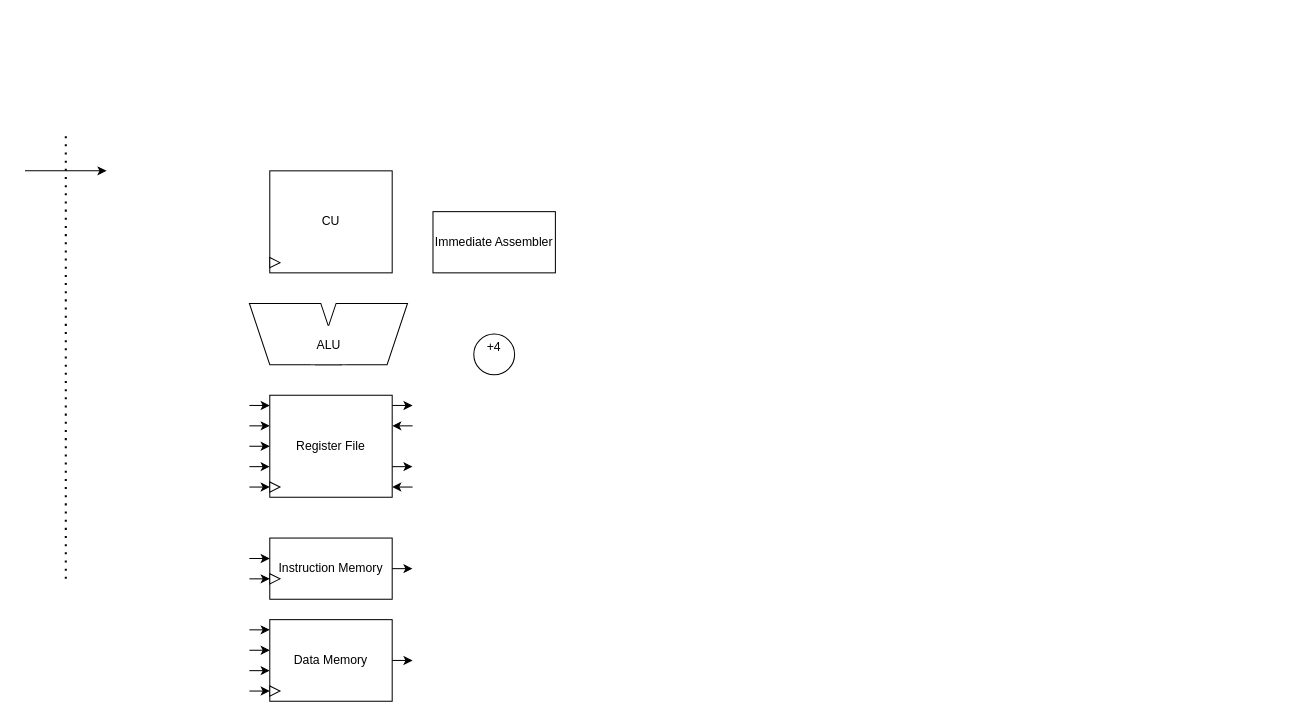
Before: page "Processor" (1 of 5) of docs/imgs/hardware_design/Component.drawio in WachirawichN/C0-CPU, a draw.io diagram. Source tidied: cells renumbered, new cells numbered last; positions are measured from the earlier drawing's top-left corner, leaving out a move shared by most shapes. Both pictures are drawn from the tidied source at 102%, with x=0, y=0 at pixel (24, 130).
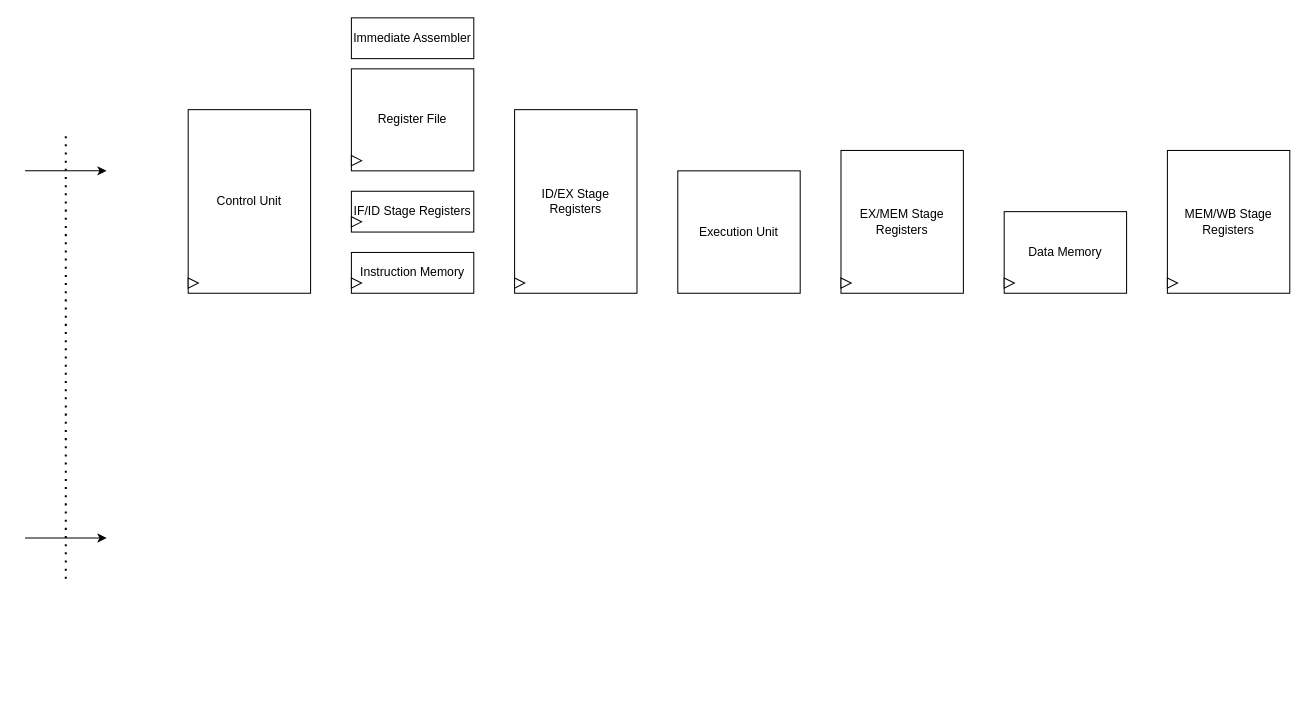
Above is the later version.

Commit message (it also covers changes not shown here):
Control Unit is currently under modification, and Execution Unit is being drafted.

Unchanged cells that the change refers to:
```xml
<mxCell id="31" value="Register File" style="rounded=0;whiteSpace=wrap;html=1;" parent="30" vertex="1">
  <mxGeometry width="120" height="100" as="geometry" />
</mxCell>
<mxCell id="32" style="triangle;whiteSpace=wrap;html=1;shapeInside=1;" parent="30" vertex="1">
  <mxGeometry y="85" width="10" height="10" as="geometry" />
</mxCell>
<mxCell id="34" value="Data Memory" style="rounded=0;whiteSpace=wrap;html=1;" parent="33" vertex="1">
  <mxGeometry width="120" height="80" as="geometry" />
</mxCell>
<mxCell id="35" style="triangle;whiteSpace=wrap;html=1;shapeInside=1;" parent="33" vertex="1">
  <mxGeometry y="65" width="10" height="10" as="geometry" />
</mxCell>
```

The edit, as a diff of the source:
```diff
@@
-    <mxCell id="2" value="CU" style="rounded=0;whiteSpace=wrap;html=1;" parent="1" vertex="1">
-      <mxGeometry x="240" y="40" width="120" height="100" as="geometry" />
-    </mxCell>
     <mxCell id="3" value="Immediate Assembler" style="rounded=0;whiteSpace=wrap;html=1;" parent="1" vertex="1">
-      <mxGeometry x="400" y="80" width="120" height="60" as="geometry" />
+      <mxGeometry x="320" y="-110" width="120" height="40" as="geometry" />
     </mxCell>
-    <mxCell id="4" style="group;" parent="1" vertex="1">
-      <mxGeometry x="220" y="170" width="155" height="60" as="geometry" />
-    </mxCell>
-    <mxCell id="5" style="shape=parallelogram;perimeter=parallelogramPerimeter;whiteSpace=wrap;html=1;shapeInside=1;fixedSize=1;" parent="4" vertex="1">
-      <mxGeometry x="65" width="90" height="60" as="geometry" />
-    </mxCell>
-    <mxCell id="6" style="shape=parallelogram;perimeter=parallelogramPerimeter;whiteSpace=wrap;html=1;shapeInside=1;fixedSize=1;flipH=1;" parent="4" vertex="1">
-      <mxGeometry width="90" height="60" as="geometry" />
-    </mxCell>
-    <mxCell id="7" style="rounded=0;whiteSpace=wrap;html=1;strokeColor=none;" parent="4" vertex="1">
-      <mxGeometry x="60" y="22" width="35" height="37.5" as="geometry" />
-    </mxCell>
-    <mxCell id="8" value="ALU" style="text;html=1;whiteSpace=wrap;strokeColor=none;fillColor=none;align=center;verticalAlign=middle;rounded=0;" parent="4" vertex="1">
-      <mxGeometry x="47.5" y="25.8" width="60" height="30" as="geometry" />
-    </mxCell>
-    <mxCell id="9" value="+4&lt;div&gt;&lt;br/&gt;&lt;/div&gt;" style="ellipse;whiteSpace=wrap;html=1;shapeInside=1;" parent="1" vertex="1">
-      <mxGeometry x="440" y="200" width="40" height="40" as="geometry" />
-    </mxCell>
-    <mxCell id="10" style="triangle;whiteSpace=wrap;html=1;shapeInside=1;" parent="1" vertex="1">
-      <mxGeometry x="240" y="125" width="10" height="10" as="geometry" />
-    </mxCell>
@@
-    <mxCell id="13" style="group;" parent="1" vertex="1">
-      <mxGeometry x="240" y="400" width="120" height="60" as="geometry" />
-    </mxCell>
-    <mxCell id="14" value="Instruction Memory" style="rounded=0;whiteSpace=wrap;html=1;" parent="13" vertex="1">
-      <mxGeometry width="120" height="60" as="geometry" />
-    </mxCell>
-    <mxCell id="15" style="triangle;whiteSpace=wrap;html=1;shapeInside=1;" parent="13" vertex="1">
-      <mxGeometry y="35" width="10" height="10" as="geometry" />
-    </mxCell>
-    <mxCell id="16" style="endArrow=classic;html=1;rounded=0;entryX=0;entryY=0.5;entryDx=0;entryDy=0;" parent="1" edge="1" target="15">
-      <mxGeometry relative="1" as="geometry">
-        <mxPoint x="220" y="440" as="sourcePoint" />
-      </mxGeometry>
-    </mxCell>
-    <mxCell id="17" style="endArrow=classic;html=1;rounded=0;entryX=0;entryY=0.333;entryDx=0;entryDy=0;entryPerimeter=0;" parent="1" edge="1" target="14">
-      <mxGeometry relative="1" as="geometry">
-        <mxPoint x="220" y="420" as="sourcePoint" />
-      </mxGeometry>
-    </mxCell>
-    <mxCell id="18" style="endArrow=classic;html=1;rounded=0;entryX=0;entryY=0.5;entryDx=0;entryDy=0;" parent="1" edge="1" target="35">
-      <mxGeometry relative="1" as="geometry">
-        <mxPoint x="220" y="550" as="sourcePoint" />
-      </mxGeometry>
-    </mxCell>
-    <mxCell id="19" style="endArrow=classic;html=1;rounded=0;entryX=0;entryY=0.625;entryDx=0;entryDy=0;entryPerimeter=0;" parent="1" edge="1" target="34">
-      <mxGeometry relative="1" as="geometry">
-        <mxPoint x="220" y="530" as="sourcePoint" />
-      </mxGeometry>
-    </mxCell>
-    <mxCell id="20" style="endArrow=classic;html=1;rounded=0;entryX=0;entryY=0.375;entryDx=0;entryDy=0;entryPerimeter=0;" parent="1" edge="1" target="34">
-      <mxGeometry relative="1" as="geometry">
-        <mxPoint x="220" y="510" as="sourcePoint" />
-      </mxGeometry>
-    </mxCell>
-    <mxCell id="21" style="endArrow=classic;html=1;rounded=0;entryX=0;entryY=0.125;entryDx=0;entryDy=0;entryPerimeter=0;" parent="1" edge="1" target="34">
-      <mxGeometry relative="1" as="geometry">
-        <mxPoint x="220" y="490" as="sourcePoint" />
-      </mxGeometry>
-    </mxCell>
-    <mxCell id="22" style="endArrow=classic;html=1;rounded=0;exitX=1;exitY=0.5;exitDx=0;exitDy=0;" parent="1" edge="1" source="34">
-      <mxGeometry relative="1" as="geometry">
-        <mxPoint x="380" y="520" as="targetPoint" />
-      </mxGeometry>
-    </mxCell>
-    <mxCell id="23" style="endArrow=classic;html=1;rounded=0;exitX=1;exitY=0.5;exitDx=0;exitDy=0;" parent="1" edge="1" source="14">
-      <mxGeometry relative="1" as="geometry">
-        <mxPoint x="380" y="430" as="targetPoint" />
-      </mxGeometry>
-    </mxCell>
-    <mxCell id="24" style="endArrow=classic;html=1;rounded=0;entryX=0;entryY=0.5;entryDx=0;entryDy=0;" parent="1" edge="1" target="32">
-      <mxGeometry relative="1" as="geometry">
-        <mxPoint x="220" y="350" as="sourcePoint" />
-      </mxGeometry>
-    </mxCell>
-    <mxCell id="25" style="endArrow=classic;html=1;rounded=0;entryX=0;entryY=0.7;entryDx=0;entryDy=0;entryPerimeter=0;" parent="1" edge="1" target="31">
-      <mxGeometry relative="1" as="geometry">
-        <mxPoint x="220" y="330" as="sourcePoint" />
-      </mxGeometry>
-    </mxCell>
-    <mxCell id="26" style="endArrow=classic;html=1;rounded=0;entryX=0;entryY=0.5;entryDx=0;entryDy=0;" parent="1" edge="1" target="31">
-      <mxGeometry relative="1" as="geometry">
-        <mxPoint x="220" y="310" as="sourcePoint" />
-      </mxGeometry>
-    </mxCell>
-    <mxCell id="27" style="endArrow=classic;html=1;rounded=0;entryX=0;entryY=0.3;entryDx=0;entryDy=0;entryPerimeter=0;" parent="1" edge="1" target="31">
-      <mxGeometry relative="1" as="geometry">
-        <mxPoint x="220" y="290" as="sourcePoint" />
-      </mxGeometry>
-    </mxCell>
-    <mxCell id="28" style="endArrow=classic;html=1;rounded=0;entryX=0;entryY=0.1;entryDx=0;entryDy=0;entryPerimeter=0;" parent="1" edge="1" target="31">
-      <mxGeometry relative="1" as="geometry">
-        <mxPoint x="220" y="270" as="sourcePoint" />
-      </mxGeometry>
-    </mxCell>
-    <mxCell id="29" style="endArrow=classic;html=1;rounded=0;exitX=1;exitY=0.1;exitDx=0;exitDy=0;exitPerimeter=0;" parent="1" edge="1" source="31">
-      <mxGeometry relative="1" as="geometry">
-        <mxPoint x="380" y="270" as="targetPoint" />
-      </mxGeometry>
-    </mxCell>
     <mxCell id="30" style="group;" parent="1" vertex="1">
-      <mxGeometry x="240" y="260" width="120" height="100" as="geometry" />
+      <mxGeometry x="320" y="-60" width="120" height="100" as="geometry" />
     </mxCell>
@@
     <mxCell id="33" style="group;" parent="1" vertex="1">
-      <mxGeometry x="240" y="480" width="120" height="80" as="geometry" />
+      <mxGeometry x="960" y="80" width="120" height="80" as="geometry" />
     </mxCell>
@@
-    <mxCell id="36" style="endArrow=classic;html=1;rounded=0;exitX=1;exitY=0.7;exitDx=0;exitDy=0;exitPerimeter=0;" parent="1" edge="1" source="31">
-      <mxGeometry relative="1" as="geometry">
-        <mxPoint x="380" y="330" as="targetPoint" />
-      </mxGeometry>
-    </mxCell>
-    <mxCell id="37" style="endArrow=classic;html=1;rounded=0;entryX=1;entryY=0.9;entryDx=0;entryDy=0;entryPerimeter=0;" parent="1" edge="1" target="31">
-      <mxGeometry relative="1" as="geometry">
-        <mxPoint x="380" y="350" as="sourcePoint" />
-      </mxGeometry>
-    </mxCell>
-    <mxCell id="38" style="endArrow=classic;html=1;rounded=0;entryX=1;entryY=0.3;entryDx=0;entryDy=0;entryPerimeter=0;" parent="1" edge="1" target="31">
-      <mxGeometry relative="1" as="geometry">
-        <mxPoint x="380" y="290" as="sourcePoint" />
-      </mxGeometry>
-    </mxCell>
+    <mxCell id="39" value="Execution Unit" style="rounded=0;whiteSpace=wrap;html=1;" parent="1" vertex="1">
+      <mxGeometry x="640" y="40" width="120" height="120" as="geometry" />
+    </mxCell>
+    <mxCell id="40" style="group;" parent="1" vertex="1">
+      <mxGeometry x="160" y="-20" width="120" height="180" as="geometry" />
+    </mxCell>
+    <mxCell id="2" value="Control Unit" style="rounded=0;whiteSpace=wrap;html=1;" parent="40" vertex="1">
+      <mxGeometry width="120" height="180" as="geometry" />
+    </mxCell>
+    <mxCell id="10" style="triangle;whiteSpace=wrap;html=1;shapeInside=1;" parent="40" vertex="1">
+      <mxGeometry y="165" width="10" height="10" as="geometry" />
+    </mxCell>
+    <mxCell id="41" style="endArrow=classic;html=1;rounded=0;" parent="1" edge="1">
+      <mxGeometry relative="1" as="geometry">
+        <mxPoint y="400" as="sourcePoint" />
+        <mxPoint x="80" y="400" as="targetPoint" />
+      </mxGeometry>
+    </mxCell>
+    <mxCell id="42" style="group;" parent="1" vertex="1">
+      <mxGeometry x="480" y="-20" width="120" height="180" as="geometry" />
+    </mxCell>
+    <mxCell id="43" value="ID/EX Stage Registers" style="rounded=0;whiteSpace=wrap;html=1;" parent="42" vertex="1">
+      <mxGeometry width="120" height="180" as="geometry" />
+    </mxCell>
+    <mxCell id="44" style="triangle;whiteSpace=wrap;html=1;shapeInside=1;" parent="42" vertex="1">
+      <mxGeometry y="165" width="10" height="10" as="geometry" />
+    </mxCell>
+    <mxCell id="45" style="group;" parent="1" vertex="1">
+      <mxGeometry x="800" y="20" width="120" height="140" as="geometry" />
+    </mxCell>
+    <mxCell id="46" value="EX/MEM Stage Registers" style="rounded=0;whiteSpace=wrap;html=1;" parent="45" vertex="1">
+      <mxGeometry width="120" height="140" as="geometry" />
+    </mxCell>
+    <mxCell id="47" style="triangle;whiteSpace=wrap;html=1;shapeInside=1;" parent="45" vertex="1">
+      <mxGeometry y="125" width="10" height="10" as="geometry" />
+    </mxCell>
+    <mxCell id="48" style="group;" parent="1" vertex="1">
+      <mxGeometry x="1120" y="20" width="120" height="140" as="geometry" />
+    </mxCell>
+    <mxCell id="49" value="MEM/WB Stage Registers" style="rounded=0;whiteSpace=wrap;html=1;" parent="48" vertex="1">
+      <mxGeometry width="120" height="140" as="geometry" />
+    </mxCell>
+    <mxCell id="50" style="triangle;whiteSpace=wrap;html=1;shapeInside=1;" parent="48" vertex="1">
+      <mxGeometry y="125" width="10" height="10" as="geometry" />
+    </mxCell>
+    <mxCell id="51" style="group;" parent="1" vertex="1">
+      <mxGeometry x="320" y="60" width="120" height="40" as="geometry" />
+    </mxCell>
+    <mxCell id="52" value="IF/ID Stage Registers" style="rounded=0;whiteSpace=wrap;html=1;" parent="51" vertex="1">
+      <mxGeometry width="120" height="40" as="geometry" />
+    </mxCell>
+    <mxCell id="53" style="triangle;whiteSpace=wrap;html=1;shapeInside=1;" parent="51" vertex="1">
+      <mxGeometry y="25" width="10" height="10" as="geometry" />
+    </mxCell>
+    <mxCell id="54" style="group;" parent="1" vertex="1">
+      <mxGeometry x="320" y="120" width="120" height="40" as="geometry" />
+    </mxCell>
+    <mxCell id="14" value="Instruction Memory" style="rounded=0;whiteSpace=wrap;html=1;" parent="54" vertex="1">
+      <mxGeometry width="120" height="40" as="geometry" />
+    </mxCell>
+    <mxCell id="15" style="triangle;whiteSpace=wrap;html=1;shapeInside=1;" parent="54" vertex="1">
+      <mxGeometry y="25" width="10" height="10" as="geometry" />
+    </mxCell>
```
